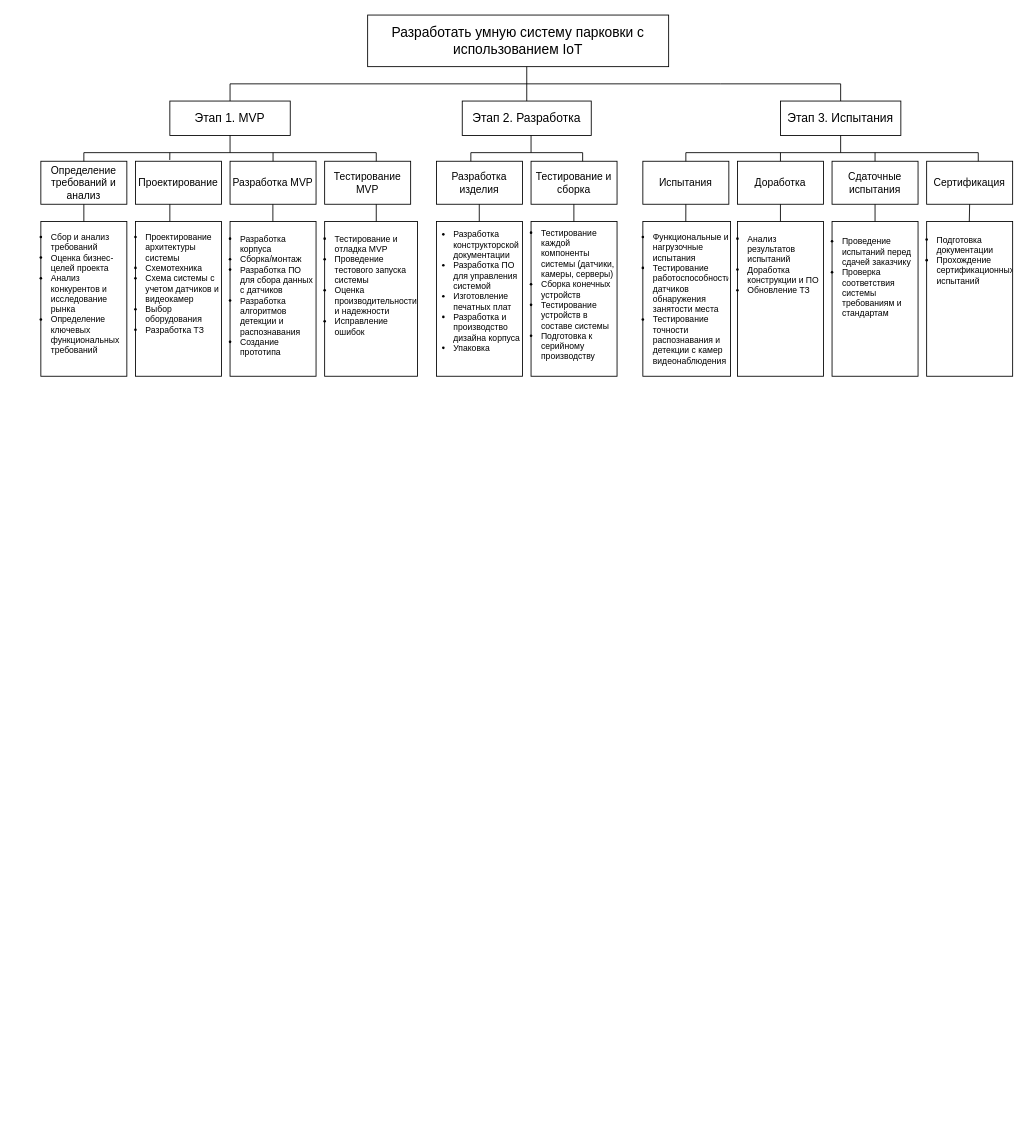
SvetlanaCH01/- keeps this draw.io diagram as IoT.drawio. Above is the earlier version. Source tidied: cells renumbered, new cells numbered last; positions are measured from the earlier drawing's top-left corner, leaving out a move shared by most shapes. Both pictures are drawn from the tidied source at 86%, with x=0, y=0 at pixel (15, 15).
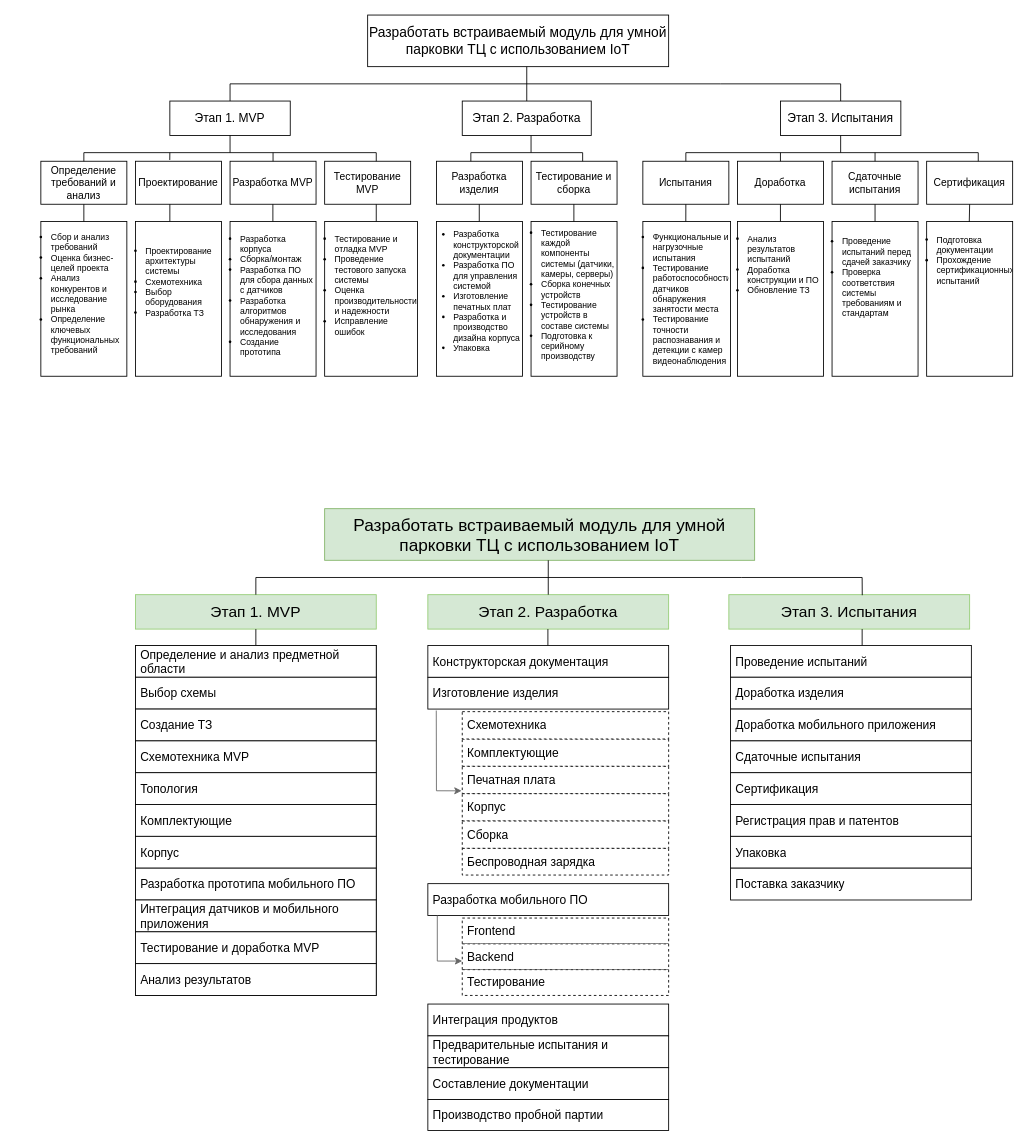
The same page after the edit.

Change to the diagram source:
```diff
@@
-    <mxCell id="2" value="&lt;font style=&quot;vertical-align: inherit; font-size: 16px;&quot;&gt;&lt;font style=&quot;vertical-align: inherit; font-size: 16px;&quot;&gt;Разработать умную систему парковки с использованием IoT&lt;/font&gt;&lt;/font&gt;" style="rounded=0;whiteSpace=wrap;html=1;fontSize=16;" parent="1" vertex="1">
+    <mxCell id="2" value="&lt;font style=&quot;vertical-align: inherit; font-size: 16px;&quot;&gt;&lt;font style=&quot;vertical-align: inherit; font-size: 16px;&quot;&gt;Разработать встраиваемый модуль для умной парковки ТЦ с использованием IoT&lt;/font&gt;&lt;/font&gt;" style="rounded=0;whiteSpace=wrap;html=1;fontSize=16;" parent="1" vertex="1">
       <mxGeometry x="410" width="350" height="60" as="geometry" />
     </mxCell>
@@
-    <mxCell id="23" value="&lt;ul style=&quot;font-size: 10px;&quot;&gt;&lt;li style=&quot;font-size: 10px;&quot;&gt;Проектирование архитектуры системы&lt;/li&gt;&lt;li style=&quot;font-size: 10px;&quot;&gt;Схемотехника&lt;/li&gt;&lt;li style=&quot;font-size: 10px;&quot;&gt;Схема системы с учетом датчиков и видеокамер&lt;/li&gt;&lt;li style=&quot;font-size: 10px;&quot;&gt;Выбор оборудования&lt;/li&gt;&lt;li style=&quot;font-size: 10px;&quot;&gt;Разработка ТЗ&lt;/li&gt;&lt;/ul&gt;" style="text;strokeColor=none;fillColor=none;html=1;whiteSpace=wrap;verticalAlign=middle;overflow=hidden;fontSize=10;align=left;" parent="1" vertex="1">
+    <mxCell id="23" value="&lt;ul style=&quot;font-size: 10px;&quot;&gt;&lt;li style=&quot;font-size: 10px;&quot;&gt;Проектирование архитектуры системы&lt;/li&gt;&lt;li style=&quot;font-size: 10px;&quot;&gt;Схемотехника&lt;/li&gt;&lt;li style=&quot;font-size: 10px;&quot;&gt;Выбор оборудования&lt;/li&gt;&lt;li style=&quot;font-size: 10px;&quot;&gt;Разработка ТЗ&lt;/li&gt;&lt;/ul&gt;" style="text;strokeColor=none;fillColor=none;html=1;whiteSpace=wrap;verticalAlign=middle;overflow=hidden;fontSize=10;align=left;" parent="1" vertex="1">
       <mxGeometry x="110" y="240" width="130" height="140" as="geometry" />
     </mxCell>
@@
-    <mxCell id="25" value="&lt;div&gt;&lt;br&gt;&lt;/div&gt;&lt;ul style=&quot;font-size: 10px;&quot;&gt;&lt;li style=&quot;font-size: 10px;&quot;&gt;Разработка корпуса&lt;/li&gt;&lt;li style=&quot;font-size: 10px;&quot;&gt;Сборка/монтаж&lt;/li&gt;&lt;li style=&quot;font-size: 10px;&quot;&gt;Разработка ПО для сбора данных с датчиков&lt;/li&gt;&lt;li style=&quot;font-size: 10px;&quot;&gt;Разработка алгоритмов детекции и распознавания&lt;/li&gt;&lt;li style=&quot;font-size: 10px;&quot;&gt;Создание прототипа&lt;/li&gt;&lt;/ul&gt;" style="text;strokeColor=none;fillColor=none;html=1;whiteSpace=wrap;verticalAlign=middle;overflow=hidden;fontSize=10;align=left;" parent="1" vertex="1">
+    <mxCell id="25" value="&lt;div&gt;&lt;br&gt;&lt;/div&gt;&lt;ul style=&quot;font-size: 10px;&quot;&gt;&lt;li style=&quot;font-size: 10px;&quot;&gt;Разработка корпуса&lt;/li&gt;&lt;li style=&quot;font-size: 10px;&quot;&gt;Сборка/монтаж&lt;/li&gt;&lt;li style=&quot;font-size: 10px;&quot;&gt;Разработка ПО для сбора данных с датчиков&lt;/li&gt;&lt;li style=&quot;font-size: 10px;&quot;&gt;Разработка алгоритмов обнаружения и исследования&lt;/li&gt;&lt;li style=&quot;font-size: 10px;&quot;&gt;Создание прототипа&lt;/li&gt;&lt;/ul&gt;" style="text;strokeColor=none;fillColor=none;html=1;whiteSpace=wrap;verticalAlign=middle;overflow=hidden;fontSize=10;align=left;" parent="1" vertex="1">
       <mxGeometry x="220" y="230" width="130" height="170" as="geometry" />
     </mxCell>
@@
+    <mxCell id="66" value="&lt;font style=&quot;vertical-align: inherit; font-size: 20px;&quot;&gt;&lt;font style=&quot;vertical-align: inherit; font-size: 20px;&quot;&gt;&lt;font style=&quot;vertical-align: inherit; font-size: 20px;&quot;&gt;&lt;font style=&quot;vertical-align: inherit; font-size: 20px;&quot;&gt;Разработать встраиваемый модуль для умной парковки ТЦ с использованием IoT&lt;/font&gt;&lt;/font&gt;&lt;/font&gt;&lt;/font&gt;" style="rounded=0;whiteSpace=wrap;html=1;fontSize=20;fillColor=#d5e8d4;strokeColor=#82b366;fontStyle=0;" parent="1" vertex="1">
+      <mxGeometry x="360" y="574" width="500" height="60" as="geometry" />
+    </mxCell>
+    <mxCell id="67" value="&lt;font style=&quot;vertical-align: inherit; font-size: 18px;&quot;&gt;&lt;font style=&quot;vertical-align: inherit; font-size: 18px;&quot;&gt;Этап 1. MVP&lt;/font&gt;&lt;/font&gt;" style="rounded=0;whiteSpace=wrap;html=1;fontSize=18;fillColor=#d5e8d4;strokeColor=#94CC74;" parent="1" vertex="1">
+      <mxGeometry x="140" y="674" width="280" height="40" as="geometry" />
+    </mxCell>
+    <mxCell id="68" value="&lt;font style=&quot;vertical-align: inherit; font-size: 18px;&quot;&gt;&lt;font style=&quot;vertical-align: inherit; font-size: 18px;&quot;&gt;Этап 2. Разработка&lt;/font&gt;&lt;/font&gt;" style="rounded=0;whiteSpace=wrap;html=1;fontSize=18;fillColor=#d5e8d4;strokeColor=#94CC74;" parent="1" vertex="1">
+      <mxGeometry x="480" y="674" width="280" height="40" as="geometry" />
+    </mxCell>
+    <mxCell id="69" value="&lt;font style=&quot;vertical-align: inherit; font-size: 18px;&quot;&gt;&lt;font style=&quot;vertical-align: inherit; font-size: 18px;&quot;&gt;&lt;font style=&quot;vertical-align: inherit; font-size: 18px;&quot;&gt;&lt;font style=&quot;vertical-align: inherit; font-size: 18px;&quot;&gt;Этап 3. Испытания&lt;/font&gt;&lt;/font&gt;&lt;/font&gt;&lt;/font&gt;" style="rounded=0;whiteSpace=wrap;html=1;fontSize=18;fillColor=#d5e8d4;strokeColor=#94CC74;" parent="1" vertex="1">
+      <mxGeometry x="830" y="674" width="280" height="40" as="geometry" />
+    </mxCell>
+    <mxCell id="70" style="endArrow=none;html=1;rounded=0;fillColor=#d5e8d4;strokeColor=#000000;" parent="1" edge="1">
+      <mxGeometry relative="1" as="geometry">
+        <mxPoint x="280" y="654" as="sourcePoint" />
+        <mxPoint x="845" y="654" as="targetPoint" />
+      </mxGeometry>
+    </mxCell>
+    <mxCell id="71" style="endArrow=none;html=1;rounded=0;exitX=0.5;exitY=0;exitDx=0;exitDy=0;" parent="1" edge="1" source="68">
+      <mxGeometry relative="1" as="geometry">
+        <mxPoint x="620" y="634" as="targetPoint" />
+      </mxGeometry>
+    </mxCell>
+    <mxCell id="72" style="endArrow=none;html=1;rounded=0;exitX=0.5;exitY=0;exitDx=0;exitDy=0;fillColor=#d5e8d4;strokeColor=#000000;" parent="1" edge="1" source="67">
+      <mxGeometry relative="1" as="geometry">
+        <mxPoint x="280" y="654" as="targetPoint" />
+      </mxGeometry>
+    </mxCell>
+    <mxCell id="73" style="endArrow=none;html=1;rounded=0;entryX=0.554;entryY=0.015;entryDx=0;entryDy=0;entryPerimeter=0;fillColor=#d5e8d4;strokeColor=#000000;" parent="1" edge="1" target="69">
+      <mxGeometry relative="1" as="geometry">
+        <mxPoint x="845" y="654" as="sourcePoint" />
+        <Array as="points">
+          <mxPoint x="985" y="654" />
+        </Array>
+      </mxGeometry>
+    </mxCell>
+    <mxCell id="74" style="endArrow=none;html=1;rounded=0;" parent="1" edge="1">
+      <mxGeometry relative="1" as="geometry">
+        <mxPoint x="985" y="734" as="sourcePoint" />
+        <mxPoint x="985" y="714" as="targetPoint" />
+      </mxGeometry>
+    </mxCell>
+    <mxCell id="75" style="endArrow=none;html=1;rounded=0;" parent="1" edge="1">
+      <mxGeometry relative="1" as="geometry">
+        <mxPoint x="619.6" y="734" as="sourcePoint" />
+        <mxPoint x="619.6" y="714" as="targetPoint" />
+      </mxGeometry>
+    </mxCell>
+    <mxCell id="76" style="endArrow=none;html=1;rounded=0;exitX=0.5;exitY=1;exitDx=0;exitDy=0;entryX=0.5;entryY=0.054;entryDx=0;entryDy=0;entryPerimeter=0;" parent="1" edge="1" source="67" target="79">
+      <mxGeometry relative="1" as="geometry" />
+    </mxCell>
+    <mxCell id="77" style="group;fontSize=14;labelBackgroundColor=none;fillColor=default;" parent="1" vertex="1">
+      <mxGeometry x="140" y="733" width="280" height="407" as="geometry" />
+    </mxCell>
+    <mxCell id="78" style="rounded=0;whiteSpace=wrap;html=1;fontSize=14;labelBackgroundColor=none;fillColor=default;" parent="77" vertex="1">
+      <mxGeometry width="280" height="407" as="geometry" />
+    </mxCell>
+    <mxCell id="79" value="Определение и анализ предметной области" style="text;strokeColor=default;fillColor=default;align=left;verticalAlign=middle;spacingLeft=4;spacingRight=4;overflow=hidden;points=[[0,0.5],[1,0.5]];portConstraint=eastwest;whiteSpace=wrap;html=1;fontSize=14;labelBackgroundColor=none;" parent="77" vertex="1">
+      <mxGeometry width="280" height="37" as="geometry" />
+    </mxCell>
+    <mxCell id="80" value="Выбор схемы" style="text;strokeColor=default;fillColor=default;align=left;verticalAlign=middle;spacingLeft=4;spacingRight=4;overflow=hidden;whiteSpace=wrap;html=1;fontSize=14;labelBackgroundColor=none;" parent="77" vertex="1">
+      <mxGeometry y="37" width="280" height="37" as="geometry" />
+    </mxCell>
+    <mxCell id="81" value="Создание ТЗ" style="text;strokeColor=default;fillColor=default;align=left;verticalAlign=middle;spacingLeft=4;spacingRight=4;overflow=hidden;whiteSpace=wrap;html=1;fontSize=14;labelBackgroundColor=none;" parent="77" vertex="1">
+      <mxGeometry y="74" width="280" height="37" as="geometry" />
+    </mxCell>
+    <mxCell id="82" value="Схемотехника MVP" style="text;strokeColor=default;fillColor=default;align=left;verticalAlign=middle;spacingLeft=4;spacingRight=4;overflow=hidden;whiteSpace=wrap;html=1;fontSize=14;labelBackgroundColor=none;" parent="77" vertex="1">
+      <mxGeometry y="111" width="280" height="37" as="geometry" />
+    </mxCell>
+    <mxCell id="83" value="Топология" style="text;strokeColor=default;fillColor=default;align=left;verticalAlign=middle;spacingLeft=4;spacingRight=4;overflow=hidden;whiteSpace=wrap;html=1;fontSize=14;labelBackgroundColor=none;" parent="77" vertex="1">
+      <mxGeometry y="148" width="280" height="37" as="geometry" />
+    </mxCell>
+    <mxCell id="84" value="Комплектующие" style="text;strokeColor=default;fillColor=default;align=left;verticalAlign=middle;spacingLeft=4;spacingRight=4;overflow=hidden;whiteSpace=wrap;html=1;fontSize=14;labelBackgroundColor=none;" parent="77" vertex="1">
+      <mxGeometry y="185" width="280" height="37" as="geometry" />
+    </mxCell>
+    <mxCell id="85" value="Корпус" style="text;strokeColor=default;fillColor=default;align=left;verticalAlign=middle;spacingLeft=4;spacingRight=4;overflow=hidden;whiteSpace=wrap;html=1;fontSize=14;labelBackgroundColor=none;" parent="77" vertex="1">
+      <mxGeometry y="222" width="280" height="37" as="geometry" />
+    </mxCell>
+    <mxCell id="86" value="Разработка прототипа мобильного ПО" style="text;strokeColor=default;fillColor=default;align=left;verticalAlign=middle;spacingLeft=4;spacingRight=4;overflow=hidden;whiteSpace=wrap;html=1;fontSize=14;labelBackgroundColor=none;" parent="77" vertex="1">
+      <mxGeometry y="259" width="280" height="37" as="geometry" />
+    </mxCell>
+    <mxCell id="87" value="Интеграция датчиков и мобильного приложения" style="text;strokeColor=default;fillColor=default;align=left;verticalAlign=middle;spacingLeft=4;spacingRight=4;overflow=hidden;whiteSpace=wrap;html=1;fontSize=14;labelBackgroundColor=none;" parent="77" vertex="1">
+      <mxGeometry y="296" width="280" height="37" as="geometry" />
+    </mxCell>
+    <mxCell id="88" value="Тестирование и доработка MVP" style="text;strokeColor=default;fillColor=default;align=left;verticalAlign=middle;spacingLeft=4;spacingRight=4;overflow=hidden;whiteSpace=wrap;html=1;fontSize=14;labelBackgroundColor=none;" parent="77" vertex="1">
+      <mxGeometry y="333" width="280" height="37" as="geometry" />
+    </mxCell>
+    <mxCell id="89" value="Анализ результатов" style="text;strokeColor=default;fillColor=default;align=left;verticalAlign=middle;spacingLeft=4;spacingRight=4;overflow=hidden;whiteSpace=wrap;html=1;fontSize=14;labelBackgroundColor=none;" parent="77" vertex="1">
+      <mxGeometry y="370" width="280" height="37" as="geometry" />
+    </mxCell>
+    <mxCell id="90" value="Изготовление изделия" style="text;strokeColor=default;fillColor=default;align=left;verticalAlign=middle;spacingLeft=4;spacingRight=4;overflow=hidden;points=[[0,0.5],[1,0.5]];portConstraint=eastwest;whiteSpace=wrap;html=1;fontSize=14;labelBackgroundColor=none;" parent="1" vertex="1">
+      <mxGeometry x="480" y="770" width="280" height="37" as="geometry" />
+    </mxCell>
+    <mxCell id="91" value="Конструкторская документация" style="text;strokeColor=default;fillColor=default;align=left;verticalAlign=middle;spacingLeft=4;spacingRight=4;overflow=hidden;whiteSpace=wrap;html=1;fontSize=14;labelBackgroundColor=none;" parent="1" vertex="1">
+      <mxGeometry x="480" y="733" width="280" height="37" as="geometry" />
+    </mxCell>
+    <mxCell id="92" value="Разработка мобильного ПО" style="text;strokeColor=default;fillColor=default;align=left;verticalAlign=middle;spacingLeft=4;spacingRight=4;overflow=hidden;whiteSpace=wrap;html=1;fontSize=14;labelBackgroundColor=none;" parent="1" vertex="1">
+      <mxGeometry x="480" y="1010" width="280" height="37" as="geometry" />
+    </mxCell>
+    <mxCell id="93" value="Интеграция продуктов" style="text;strokeColor=default;fillColor=default;align=left;verticalAlign=middle;spacingLeft=4;spacingRight=4;overflow=hidden;whiteSpace=wrap;html=1;fontSize=14;labelBackgroundColor=none;" parent="1" vertex="1">
+      <mxGeometry x="480" y="1150" width="280" height="37" as="geometry" />
+    </mxCell>
+    <mxCell id="94" value="Предварительные испытания и тестирование" style="text;strokeColor=default;fillColor=default;align=left;verticalAlign=middle;spacingLeft=4;spacingRight=4;overflow=hidden;whiteSpace=wrap;html=1;fontSize=14;labelBackgroundColor=none;" parent="1" vertex="1">
+      <mxGeometry x="480" y="1187" width="280" height="37" as="geometry" />
+    </mxCell>
+    <mxCell id="95" value="Составление документации" style="text;strokeColor=default;fillColor=default;align=left;verticalAlign=middle;spacingLeft=4;spacingRight=4;overflow=hidden;whiteSpace=wrap;html=1;fontSize=14;labelBackgroundColor=none;" parent="1" vertex="1">
+      <mxGeometry x="480" y="1224" width="280" height="37" as="geometry" />
+    </mxCell>
+    <mxCell id="96" value="Производство пробной партии" style="text;strokeColor=default;fillColor=default;align=left;verticalAlign=middle;spacingLeft=4;spacingRight=4;overflow=hidden;whiteSpace=wrap;html=1;fontSize=14;labelBackgroundColor=none;" parent="1" vertex="1">
+      <mxGeometry x="480" y="1261" width="280" height="36" as="geometry" />
+    </mxCell>
+    <mxCell id="97" value="Проведение испытаний" style="text;strokeColor=default;fillColor=default;align=left;verticalAlign=middle;spacingLeft=4;spacingRight=4;overflow=hidden;whiteSpace=wrap;html=1;fontSize=14;labelBackgroundColor=none;" parent="1" vertex="1">
+      <mxGeometry x="832" y="733" width="280" height="37" as="geometry" />
+    </mxCell>
+    <mxCell id="98" value="Доработка изделия" style="text;strokeColor=default;fillColor=default;align=left;verticalAlign=middle;spacingLeft=4;spacingRight=4;overflow=hidden;whiteSpace=wrap;html=1;fontSize=14;labelBackgroundColor=none;" parent="1" vertex="1">
+      <mxGeometry x="832" y="770" width="280" height="37" as="geometry" />
+    </mxCell>
+    <mxCell id="99" value="Доработка мобильного приложения" style="text;strokeColor=default;fillColor=default;align=left;verticalAlign=middle;spacingLeft=4;spacingRight=4;overflow=hidden;whiteSpace=wrap;html=1;fontSize=14;labelBackgroundColor=none;" parent="1" vertex="1">
+      <mxGeometry x="832" y="807" width="280" height="37" as="geometry" />
+    </mxCell>
+    <mxCell id="100" value="Сдаточные испытания" style="text;strokeColor=default;fillColor=default;align=left;verticalAlign=middle;spacingLeft=4;spacingRight=4;overflow=hidden;whiteSpace=wrap;html=1;fontSize=14;labelBackgroundColor=none;" parent="1" vertex="1">
+      <mxGeometry x="832" y="844" width="280" height="37" as="geometry" />
+    </mxCell>
+    <mxCell id="101" value="Сертификация" style="text;strokeColor=default;fillColor=default;align=left;verticalAlign=middle;spacingLeft=4;spacingRight=4;overflow=hidden;whiteSpace=wrap;html=1;fontSize=14;labelBackgroundColor=none;" parent="1" vertex="1">
+      <mxGeometry x="832" y="881" width="280" height="37" as="geometry" />
+    </mxCell>
+    <mxCell id="102" value="Регистрация прав и патентов" style="text;strokeColor=default;fillColor=default;align=left;verticalAlign=middle;spacingLeft=4;spacingRight=4;overflow=hidden;whiteSpace=wrap;html=1;fontSize=14;labelBackgroundColor=none;" parent="1" vertex="1">
+      <mxGeometry x="832" y="918" width="280" height="37" as="geometry" />
+    </mxCell>
+    <mxCell id="103" value="Упаковка" style="text;strokeColor=default;fillColor=default;align=left;verticalAlign=middle;spacingLeft=4;spacingRight=4;overflow=hidden;whiteSpace=wrap;html=1;fontSize=14;labelBackgroundColor=none;" parent="1" vertex="1">
+      <mxGeometry x="832" y="955" width="280" height="37" as="geometry" />
+    </mxCell>
+    <mxCell id="104" value="Поставка заказчику" style="text;strokeColor=default;fillColor=default;align=left;verticalAlign=middle;spacingLeft=4;spacingRight=4;overflow=hidden;whiteSpace=wrap;html=1;fontSize=14;labelBackgroundColor=none;" parent="1" vertex="1">
+      <mxGeometry x="832" y="992" width="280" height="37" as="geometry" />
+    </mxCell>
+    <mxCell id="105" style="group;dashed=1;" parent="1" vertex="1">
+      <mxGeometry x="520" y="810" width="240" height="190" as="geometry" />
+    </mxCell>
+    <mxCell id="106" value="Комплектующие" style="text;strokeColor=default;fillColor=default;align=left;verticalAlign=middle;spacingLeft=4;spacingRight=4;overflow=hidden;whiteSpace=wrap;html=1;fontSize=14;labelBackgroundColor=none;dashed=1;" parent="105" vertex="1">
+      <mxGeometry y="31.8" width="240" height="31.8" as="geometry" />
+    </mxCell>
+    <mxCell id="107" value="Печатная плата" style="text;strokeColor=default;fillColor=default;align=left;verticalAlign=middle;spacingLeft=4;spacingRight=4;overflow=hidden;whiteSpace=wrap;html=1;fontSize=14;labelBackgroundColor=none;dashed=1;" parent="105" vertex="1">
+      <mxGeometry y="63.6" width="240" height="31.8" as="geometry" />
+    </mxCell>
+    <mxCell id="108" value="Корпус" style="text;strokeColor=default;fillColor=default;align=left;verticalAlign=middle;spacingLeft=4;spacingRight=4;overflow=hidden;points=[[0,0.5],[1,0.5]];portConstraint=eastwest;whiteSpace=wrap;html=1;fontSize=14;labelBackgroundColor=none;dashed=1;" parent="105" vertex="1">
+      <mxGeometry y="95.4" width="240" height="31.8" as="geometry" />
+    </mxCell>
+    <mxCell id="109" value="Сборка" style="text;strokeColor=default;fillColor=default;align=left;verticalAlign=middle;spacingLeft=4;spacingRight=4;overflow=hidden;whiteSpace=wrap;html=1;fontSize=14;labelBackgroundColor=none;dashed=1;" parent="105" vertex="1">
+      <mxGeometry y="127.2" width="240" height="31.8" as="geometry" />
+    </mxCell>
+    <mxCell id="110" value="Схемотехника" style="text;strokeColor=default;fillColor=default;align=left;verticalAlign=middle;spacingLeft=4;spacingRight=4;overflow=hidden;whiteSpace=wrap;html=1;fontSize=14;labelBackgroundColor=none;dashed=1;" parent="105" vertex="1">
+      <mxGeometry width="240" height="31.8" as="geometry" />
+    </mxCell>
+    <mxCell id="111" value="Беспроводная зарядка" style="text;strokeColor=default;fillColor=default;align=left;verticalAlign=middle;spacingLeft=4;spacingRight=4;overflow=hidden;whiteSpace=wrap;html=1;fontSize=14;labelBackgroundColor=none;dashed=1;" parent="105" vertex="1">
+      <mxGeometry y="159" width="240" height="31" as="geometry" />
+    </mxCell>
+    <mxCell id="112" style="endArrow=classic;html=1;rounded=0;entryX=-0.003;entryY=-0.105;entryDx=0;entryDy=0;entryPerimeter=0;exitX=0.035;exitY=1.046;exitDx=0;exitDy=0;exitPerimeter=0;strokeColor=#666666;" parent="1" edge="1" source="90" target="108">
+      <mxGeometry relative="1" as="geometry">
+        <Array as="points">
+          <mxPoint x="490" y="902" />
+        </Array>
+      </mxGeometry>
+    </mxCell>
+    <mxCell id="113" style="group;" parent="1" vertex="1">
+      <mxGeometry x="520" y="1050" width="240" height="90" as="geometry" />
+    </mxCell>
+    <mxCell id="114" value="Frontend" style="text;strokeColor=default;fillColor=default;align=left;verticalAlign=middle;spacingLeft=4;spacingRight=4;overflow=hidden;whiteSpace=wrap;html=1;fontSize=14;labelBackgroundColor=none;dashed=1;" parent="113" vertex="1">
+      <mxGeometry width="240" height="30" as="geometry" />
+    </mxCell>
+    <mxCell id="115" value="Backend" style="text;strokeColor=default;fillColor=default;align=left;verticalAlign=middle;spacingLeft=4;spacingRight=4;overflow=hidden;whiteSpace=wrap;html=1;fontSize=14;labelBackgroundColor=none;dashed=1;" parent="113" vertex="1">
+      <mxGeometry y="30" width="240" height="30" as="geometry" />
+    </mxCell>
+    <mxCell id="116" value="Тестирование" style="text;strokeColor=default;fillColor=default;align=left;verticalAlign=middle;spacingLeft=4;spacingRight=4;overflow=hidden;whiteSpace=wrap;html=1;fontSize=14;labelBackgroundColor=none;dashed=1;" parent="113" vertex="1">
+      <mxGeometry y="60" width="240" height="30" as="geometry" />
+    </mxCell>
+    <mxCell id="117" style="endArrow=classic;html=1;rounded=0;exitX=0.035;exitY=1.046;exitDx=0;exitDy=0;exitPerimeter=0;strokeColor=#666666;" parent="1" edge="1">
+      <mxGeometry relative="1" as="geometry">
+        <mxPoint x="491" y="1047" as="sourcePoint" />
+        <mxPoint x="520" y="1100" as="targetPoint" />
+        <Array as="points">
+          <mxPoint x="491" y="1100" />
+        </Array>
+      </mxGeometry>
+    </mxCell>
```
